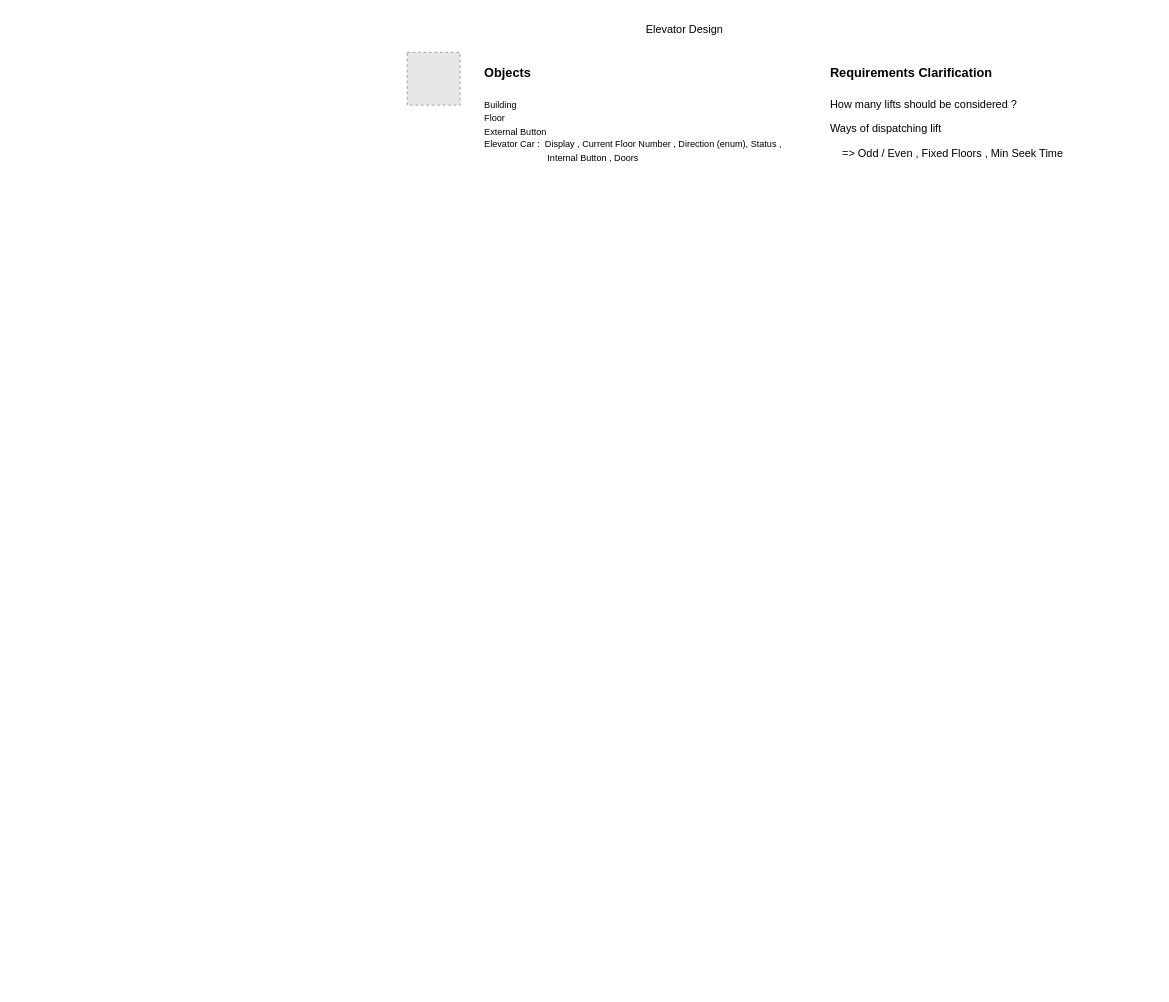
This is Untitled Diagram.drawio from vennamurthy/elevator-desgin, a draw.io file, before an edit. Source tidied: cells renumbered, new cells numbered last; positions are measured from the earlier drawing's top-left corner, leaving out a move shared by most shapes. Both pictures are drawn from the tidied source at 91%, with x=0, y=0 at pixel (407, 15). Pictures stored in the file or linked from it are replaced by grey dashed boxes.
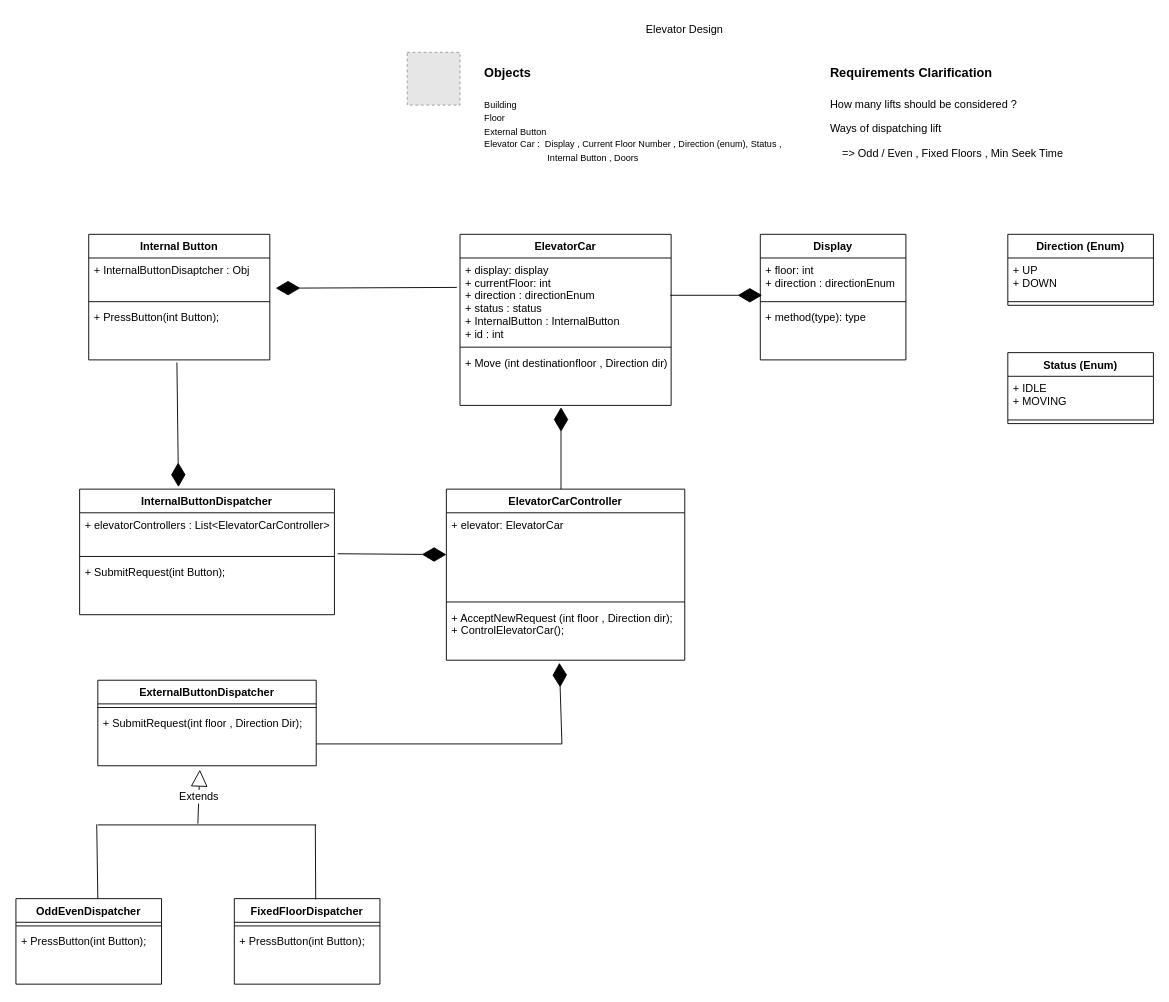
The same diagram, later.

The edit, as a diff of the source:
```diff
@@
-    <mxCell id="4" value="&lt;h1&gt;&lt;font style=&quot;font-size: 14px;&quot;&gt;Requirements Clarification&lt;/font&gt;&lt;/h1&gt;&lt;p&gt;How many lifts should be considered ?&lt;/p&gt;&lt;p&gt;Ways of dispatching lift&amp;nbsp;&lt;/p&gt;&lt;p&gt;&amp;nbsp; &amp;nbsp; =&amp;gt; Odd / Even , Fixed Floors ,&amp;nbsp;&lt;span style=&quot;background-color: initial;&quot;&gt;Min Seek Time&lt;/span&gt;&lt;/p&gt;&lt;p&gt;&amp;nbsp;&lt;/p&gt;&lt;p&gt;&lt;br&gt;&lt;/p&gt;&lt;p&gt;&lt;br&gt;&lt;/p&gt;" style="text;html=1;strokeColor=none;fillColor=none;spacing=5;spacingTop=-20;whiteSpace=wrap;overflow=hidden;rounded=0;" parent="1" vertex="1">
+    <mxCell id="4" value="&lt;h1&gt;&lt;font style=&quot;font-size: 14px;&quot;&gt;Requirements Clarification&lt;/font&gt;&lt;/h1&gt;&lt;p&gt;&lt;font style=&quot;font-size: 12px;&quot;&gt;How many lifts should be considered ?&lt;/font&gt;&lt;/p&gt;&lt;p&gt;&lt;font style=&quot;font-size: 12px;&quot;&gt;Ways of dispatching lift&amp;nbsp;&lt;/font&gt;&lt;/p&gt;&lt;p&gt;&lt;font style=&quot;font-size: 12px;&quot;&gt;&amp;nbsp; &amp;nbsp; =&amp;gt; Odd / Even , Fixed Floors ,&amp;nbsp;&lt;span style=&quot;background-color: initial;&quot;&gt;Min Seek Time&lt;/span&gt;&lt;/font&gt;&lt;/p&gt;&lt;p&gt;&amp;nbsp;&lt;/p&gt;&lt;p&gt;&lt;br&gt;&lt;/p&gt;&lt;p&gt;&lt;br&gt;&lt;/p&gt;" style="text;html=1;strokeColor=none;fillColor=none;spacing=5;spacingTop=-20;whiteSpace=wrap;overflow=hidden;rounded=0;" parent="1" vertex="1">
       <mxGeometry x="460" y="40" width="310" height="200" as="geometry" />
     </mxCell>
@@
+    <mxCell id="6" value="Display" style="swimlane;fontStyle=1;align=center;verticalAlign=top;horizontal=1;startSize=26;fontSize=12;" parent="1" vertex="1">
+      <mxGeometry x="388" y="240" width="160" height="138" as="geometry" />
+    </mxCell>
+    <mxCell id="7" value="+ floor: int&#10;+ direction : directionEnum" style="text;strokeColor=none;fillColor=none;align=left;verticalAlign=top;spacingLeft=4;spacingRight=4;overflow=hidden;fontSize=12;" parent="6" vertex="1">
+      <mxGeometry y="26" width="160" height="44" as="geometry" />
+    </mxCell>
+    <mxCell id="8" style="line;strokeWidth=1;fillColor=none;align=left;verticalAlign=middle;spacingTop=-1;spacingLeft=3;spacingRight=3;labelPosition=right;strokeColor=inherit;fontSize=12;" parent="6" vertex="1">
+      <mxGeometry y="70" width="160" height="8" as="geometry" />
+    </mxCell>
+    <mxCell id="9" value="+ method(type): type" style="text;strokeColor=none;fillColor=none;align=left;verticalAlign=top;spacingLeft=4;spacingRight=4;overflow=hidden;fontSize=12;" parent="6" vertex="1">
+      <mxGeometry y="78" width="160" height="60" as="geometry" />
+    </mxCell>
+    <mxCell id="10" value="ElevatorCar" style="swimlane;fontStyle=1;align=center;verticalAlign=top;horizontal=1;startSize=26;fontSize=12;" parent="1" vertex="1">
+      <mxGeometry x="58" y="240" width="232" height="188" as="geometry" />
+    </mxCell>
+    <mxCell id="11" value="+ display: display&#10;+ currentFloor: int&#10;+ direction : directionEnum&#10;+ status : status&#10;+ InternalButton : InternalButton&#10;+ id : int&#10;" style="text;strokeColor=none;fillColor=none;align=left;verticalAlign=top;spacingLeft=4;spacingRight=4;overflow=hidden;points=[[0,0.5],[1,0.5]];portConstraint=eastwest;fontSize=12;" parent="10" vertex="1">
+      <mxGeometry y="26" width="232" height="94" as="geometry" />
+    </mxCell>
+    <mxCell id="12" style="line;strokeWidth=1;fillColor=none;align=left;verticalAlign=middle;spacingTop=-1;spacingLeft=3;spacingRight=3;labelPosition=right;strokeColor=inherit;fontSize=12;" parent="10" vertex="1">
+      <mxGeometry y="120" width="232" height="8" as="geometry" />
+    </mxCell>
+    <mxCell id="13" value="+ Move (int destinationfloor , Direction dir)" style="text;strokeColor=none;fillColor=none;align=left;verticalAlign=top;spacingLeft=4;spacingRight=4;overflow=hidden;fontSize=12;" parent="10" vertex="1">
+      <mxGeometry y="128" width="232" height="60" as="geometry" />
+    </mxCell>
+    <mxCell id="14" value="Direction (Enum)" style="swimlane;fontStyle=1;align=center;verticalAlign=top;horizontal=1;startSize=26;fontSize=12;" parent="1" vertex="1">
+      <mxGeometry x="660" y="240" width="160" height="78" as="geometry" />
+    </mxCell>
+    <mxCell id="15" value="+ UP&#10;+ DOWN" style="text;strokeColor=none;fillColor=none;align=left;verticalAlign=top;spacingLeft=4;spacingRight=4;overflow=hidden;fontSize=12;" parent="14" vertex="1">
+      <mxGeometry y="26" width="160" height="44" as="geometry" />
+    </mxCell>
+    <mxCell id="16" style="line;strokeWidth=1;fillColor=none;align=left;verticalAlign=middle;spacingTop=-1;spacingLeft=3;spacingRight=3;labelPosition=right;strokeColor=inherit;fontSize=12;" parent="14" vertex="1">
+      <mxGeometry y="70" width="160" height="8" as="geometry" />
+    </mxCell>
+    <mxCell id="17" value="Status (Enum)" style="swimlane;fontStyle=1;align=center;verticalAlign=top;horizontal=1;startSize=26;fontSize=12;" parent="1" vertex="1">
+      <mxGeometry x="660" y="370" width="160" height="78" as="geometry" />
+    </mxCell>
+    <mxCell id="18" value="+ IDLE&#10;+ MOVING" style="text;strokeColor=none;fillColor=none;align=left;verticalAlign=top;spacingLeft=4;spacingRight=4;overflow=hidden;fontSize=12;" parent="17" vertex="1">
+      <mxGeometry y="26" width="160" height="44" as="geometry" />
+    </mxCell>
+    <mxCell id="19" style="line;strokeWidth=1;fillColor=none;align=left;verticalAlign=middle;spacingTop=-1;spacingLeft=3;spacingRight=3;labelPosition=right;strokeColor=inherit;fontSize=12;" parent="17" vertex="1">
+      <mxGeometry y="70" width="160" height="8" as="geometry" />
+    </mxCell>
+    <mxCell id="20" value="Internal Button" style="swimlane;fontStyle=1;align=center;verticalAlign=top;horizontal=1;startSize=26;fontSize=12;" parent="1" vertex="1">
+      <mxGeometry x="-350" y="240" width="199" height="138" as="geometry" />
+    </mxCell>
+    <mxCell id="21" value="+ InternalButtonDisaptcher : Obj" style="text;strokeColor=none;fillColor=none;align=left;verticalAlign=top;spacingLeft=4;spacingRight=4;overflow=hidden;points=[[0,0.5],[1,0.5]];portConstraint=eastwest;fontSize=12;" parent="20" vertex="1">
+      <mxGeometry y="26" width="199" height="44" as="geometry" />
+    </mxCell>
+    <mxCell id="22" style="line;strokeWidth=1;fillColor=none;align=left;verticalAlign=middle;spacingTop=-1;spacingLeft=3;spacingRight=3;labelPosition=right;strokeColor=inherit;fontSize=12;" parent="20" vertex="1">
+      <mxGeometry y="70" width="199" height="8" as="geometry" />
+    </mxCell>
+    <mxCell id="23" value="+ PressButton(int Button);" style="text;strokeColor=none;fillColor=none;align=left;verticalAlign=top;spacingLeft=4;spacingRight=4;overflow=hidden;points=[[0,0.5],[1,0.5]];portConstraint=eastwest;fontSize=12;" parent="20" vertex="1">
+      <mxGeometry y="78" width="199" height="60" as="geometry" />
+    </mxCell>
+    <mxCell id="24" style="endArrow=diamondThin;endFill=1;endSize=24;html=1;rounded=0;fontSize=12;" parent="1" edge="1">
+      <mxGeometry relative="1" as="geometry">
+        <mxPoint x="289" y="307" as="sourcePoint" />
+        <mxPoint x="390" y="307" as="targetPoint" />
+      </mxGeometry>
+    </mxCell>
+    <mxCell id="25" style="endArrow=diamondThin;endFill=1;endSize=24;html=1;rounded=0;fontSize=12;exitX=-0.015;exitY=0.344;exitDx=0;exitDy=0;exitPerimeter=0;entryX=1.033;entryY=0.754;entryDx=0;entryDy=0;entryPerimeter=0;" parent="1" edge="1" source="11" target="21">
+      <mxGeometry relative="1" as="geometry" />
+    </mxCell>
+    <mxCell id="26" value="ElevatorCarController" style="swimlane;fontStyle=1;align=center;verticalAlign=top;horizontal=1;startSize=26;fontSize=12;" parent="1" vertex="1">
+      <mxGeometry x="43" y="520" width="262" height="188" as="geometry" />
+    </mxCell>
+    <mxCell id="27" value="+ elevator: ElevatorCar&#10;&#10;" style="text;strokeColor=none;fillColor=none;align=left;verticalAlign=top;spacingLeft=4;spacingRight=4;overflow=hidden;points=[[0,0.5],[1,0.5]];portConstraint=eastwest;fontSize=12;" parent="26" vertex="1">
+      <mxGeometry y="26" width="262" height="94" as="geometry" />
+    </mxCell>
+    <mxCell id="28" style="line;strokeWidth=1;fillColor=none;align=left;verticalAlign=middle;spacingTop=-1;spacingLeft=3;spacingRight=3;labelPosition=right;strokeColor=inherit;fontSize=12;" parent="26" vertex="1">
+      <mxGeometry y="120" width="262" height="8" as="geometry" />
+    </mxCell>
+    <mxCell id="29" value="+ AcceptNewRequest (int floor , Direction dir);&#10;+ ControlElevatorCar();" style="text;strokeColor=none;fillColor=none;align=left;verticalAlign=top;spacingLeft=4;spacingRight=4;overflow=hidden;points=[[0,0.5],[1,0.5]];portConstraint=eastwest;fontSize=12;" parent="26" vertex="1">
+      <mxGeometry y="128" width="262" height="60" as="geometry" />
+    </mxCell>
+    <mxCell id="30" style="endArrow=diamondThin;endFill=1;endSize=24;html=1;rounded=0;fontSize=12;" parent="1" edge="1">
+      <mxGeometry relative="1" as="geometry">
+        <mxPoint x="169" y="520" as="sourcePoint" />
+        <mxPoint x="169" y="430" as="targetPoint" />
+      </mxGeometry>
+    </mxCell>
+    <mxCell id="31" value="ExternalButtonDispatcher" style="swimlane;fontStyle=1;align=center;verticalAlign=top;horizontal=1;startSize=26;fontSize=12;" parent="1" vertex="1">
+      <mxGeometry x="-340" y="730" width="240" height="94" as="geometry" />
+    </mxCell>
+    <mxCell id="32" style="line;strokeWidth=1;fillColor=none;align=left;verticalAlign=middle;spacingTop=-1;spacingLeft=3;spacingRight=3;labelPosition=right;strokeColor=inherit;fontSize=12;" parent="31" vertex="1">
+      <mxGeometry y="26" width="240" height="8" as="geometry" />
+    </mxCell>
+    <mxCell id="33" value="+ SubmitRequest(int floor , Direction Dir);" style="text;strokeColor=none;fillColor=none;align=left;verticalAlign=top;spacingLeft=4;spacingRight=4;overflow=hidden;points=[[0,0.5],[1,0.5]];portConstraint=eastwest;fontSize=12;" parent="31" vertex="1">
+      <mxGeometry y="34" width="240" height="60" as="geometry" />
+    </mxCell>
+    <mxCell id="34" value="InternalButtonDispatcher" style="swimlane;fontStyle=1;align=center;verticalAlign=top;horizontal=1;startSize=26;fontSize=12;" parent="1" vertex="1">
+      <mxGeometry x="-360" y="520" width="280" height="138" as="geometry" />
+    </mxCell>
+    <mxCell id="35" value="+ elevatorControllers : List&lt;ElevatorCarController&gt;&#10;" style="text;strokeColor=none;fillColor=none;align=left;verticalAlign=top;spacingLeft=4;spacingRight=4;overflow=hidden;points=[[0,0.5],[1,0.5]];portConstraint=eastwest;fontSize=12;" parent="34" vertex="1">
+      <mxGeometry y="26" width="280" height="44" as="geometry" />
+    </mxCell>
+    <mxCell id="36" style="line;strokeWidth=1;fillColor=none;align=left;verticalAlign=middle;spacingTop=-1;spacingLeft=3;spacingRight=3;labelPosition=right;strokeColor=inherit;fontSize=12;" parent="34" vertex="1">
+      <mxGeometry y="70" width="280" height="8" as="geometry" />
+    </mxCell>
+    <mxCell id="37" value="+ SubmitRequest(int Button);" style="text;strokeColor=none;fillColor=none;align=left;verticalAlign=top;spacingLeft=4;spacingRight=4;overflow=hidden;fontSize=12;" parent="34" vertex="1">
+      <mxGeometry y="78" width="280" height="60" as="geometry" />
+    </mxCell>
+    <mxCell id="38" style="endArrow=diamondThin;endFill=1;endSize=24;html=1;rounded=0;fontSize=12;exitX=1.013;exitY=1.023;exitDx=0;exitDy=0;exitPerimeter=0;" parent="1" edge="1" source="35" target="27">
+      <mxGeometry relative="1" as="geometry" />
+    </mxCell>
+    <mxCell id="39" style="endArrow=diamondThin;endFill=1;endSize=24;html=1;rounded=0;fontSize=12;exitX=0.487;exitY=1.047;exitDx=0;exitDy=0;exitPerimeter=0;entryX=0.388;entryY=-0.017;entryDx=0;entryDy=0;entryPerimeter=0;" parent="1" edge="1" source="23" target="34">
+      <mxGeometry relative="1" as="geometry" />
+    </mxCell>
+    <mxCell id="40" value="OddEvenDispatcher" style="swimlane;fontStyle=1;align=center;verticalAlign=top;horizontal=1;startSize=26;fontSize=12;" parent="1" vertex="1">
+      <mxGeometry x="-430" y="970" width="160" height="94" as="geometry" />
+    </mxCell>
+    <mxCell id="41" style="line;strokeWidth=1;fillColor=none;align=left;verticalAlign=middle;spacingTop=-1;spacingLeft=3;spacingRight=3;labelPosition=right;strokeColor=inherit;fontSize=12;" parent="40" vertex="1">
+      <mxGeometry y="26" width="160" height="8" as="geometry" />
+    </mxCell>
+    <mxCell id="42" value="+ PressButton(int Button);" style="text;strokeColor=none;fillColor=none;align=left;verticalAlign=top;spacingLeft=4;spacingRight=4;overflow=hidden;fontSize=12;" parent="40" vertex="1">
+      <mxGeometry y="34" width="160" height="60" as="geometry" />
+    </mxCell>
+    <mxCell id="43" value="FixedFloorDispatcher" style="swimlane;fontStyle=1;align=center;verticalAlign=top;horizontal=1;startSize=26;fontSize=12;" parent="1" vertex="1">
+      <mxGeometry x="-190" y="970" width="160" height="94" as="geometry" />
+    </mxCell>
+    <mxCell id="44" style="line;strokeWidth=1;fillColor=none;align=left;verticalAlign=middle;spacingTop=-1;spacingLeft=3;spacingRight=3;labelPosition=right;strokeColor=inherit;fontSize=12;" parent="43" vertex="1">
+      <mxGeometry y="26" width="160" height="8" as="geometry" />
+    </mxCell>
+    <mxCell id="45" value="+ PressButton(int Button);" style="text;strokeColor=none;fillColor=none;align=left;verticalAlign=top;spacingLeft=4;spacingRight=4;overflow=hidden;fontSize=12;" parent="43" vertex="1">
+      <mxGeometry y="34" width="160" height="60" as="geometry" />
+    </mxCell>
+    <mxCell id="46" style="line;strokeWidth=1;fillColor=none;align=left;verticalAlign=middle;spacingTop=-1;spacingLeft=3;spacingRight=3;labelPosition=right;points=[];portConstraint=eastwest;strokeColor=inherit;fontSize=12;" parent="1" vertex="1">
+      <mxGeometry x="-340" y="885" width="240" height="8" as="geometry" />
+    </mxCell>
+    <mxCell id="47" style="endArrow=none;html=1;rounded=0;fontSize=12;entryX=-0.005;entryY=0.412;entryDx=0;entryDy=0;entryPerimeter=0;" parent="1" edge="1" target="46">
+      <mxGeometry relative="1" as="geometry">
+        <mxPoint x="-340" y="970" as="sourcePoint" />
+      </mxGeometry>
+    </mxCell>
+    <mxCell id="48" style="endArrow=none;html=1;rounded=0;fontSize=12;exitX=0.559;exitY=0.009;exitDx=0;exitDy=0;exitPerimeter=0;" parent="1" edge="1" source="43">
+      <mxGeometry relative="1" as="geometry">
+        <mxPoint x="-101" y="889" as="targetPoint" />
+      </mxGeometry>
+    </mxCell>
+    <mxCell id="49" value="Extends" style="endArrow=block;endSize=16;endFill=0;html=1;rounded=0;fontSize=12;entryX=0.467;entryY=1.072;entryDx=0;entryDy=0;entryPerimeter=0;exitX=0.458;exitY=0.319;exitDx=0;exitDy=0;exitPerimeter=0;" parent="1" edge="1" source="46" target="33">
+      <mxGeometry relative="1" as="geometry" />
+    </mxCell>
+    <mxCell id="50" style="endArrow=diamondThin;endFill=1;endSize=24;html=1;rounded=0;fontSize=12;exitX=1;exitY=0.6;exitDx=0;exitDy=0;exitPerimeter=0;entryX=0.474;entryY=1.048;entryDx=0;entryDy=0;entryPerimeter=0;" parent="1" edge="1" source="33" target="29">
+      <mxGeometry relative="1" as="geometry">
+        <Array as="points">
+          <mxPoint x="170" y="800" />
+        </Array>
+      </mxGeometry>
+    </mxCell>
```
